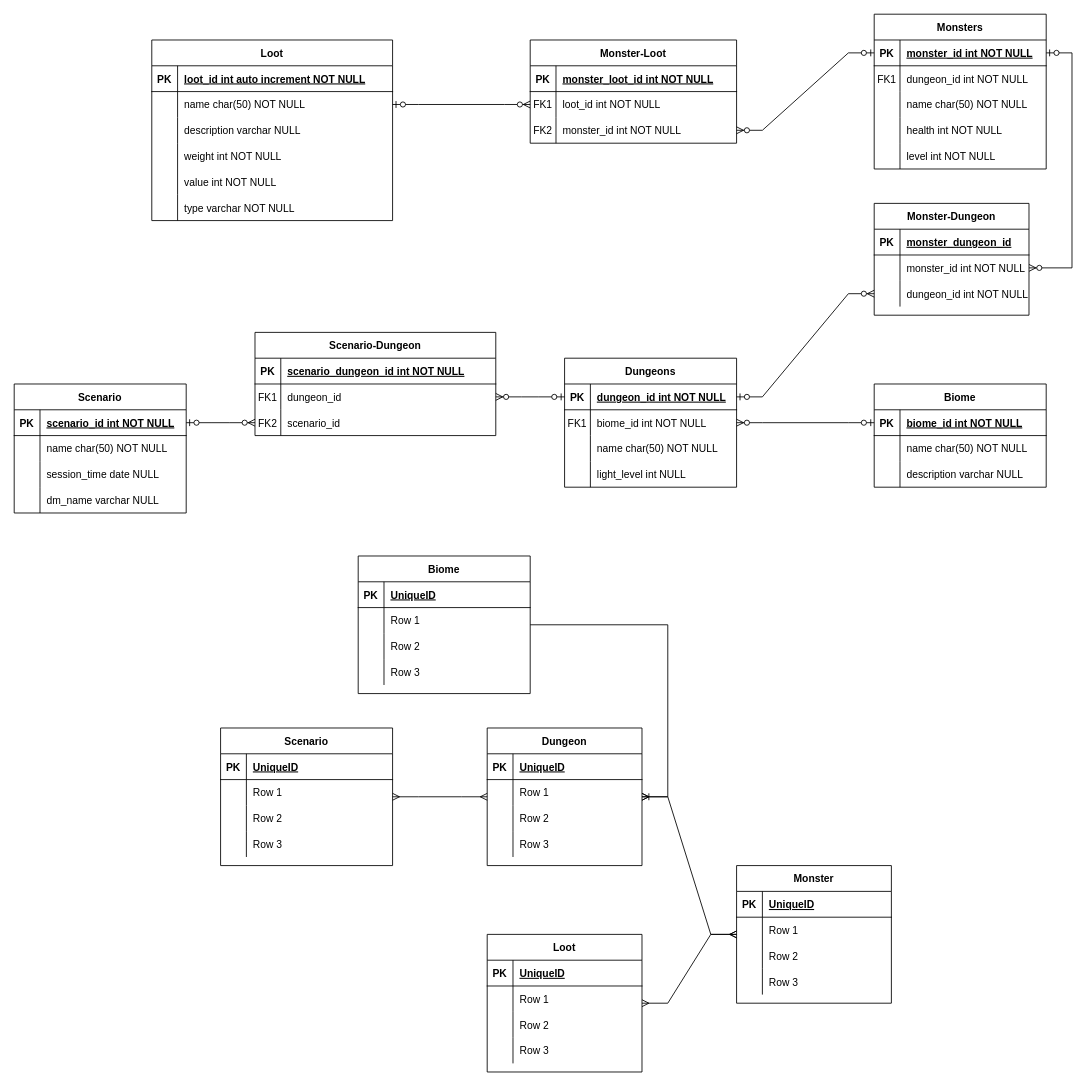
hobstowler/Dungeon-Master-Planner keeps this draw.io diagram as Untitled Diagram.drawio. Above is the earlier version. Source tidied: cells renumbered, new cells numbered last; positions are measured from the earlier drawing's top-left corner, leaving out a move shared by most shapes. Both pictures are drawn from the tidied source at 86%, with x=0, y=0 at pixel (14, 14).
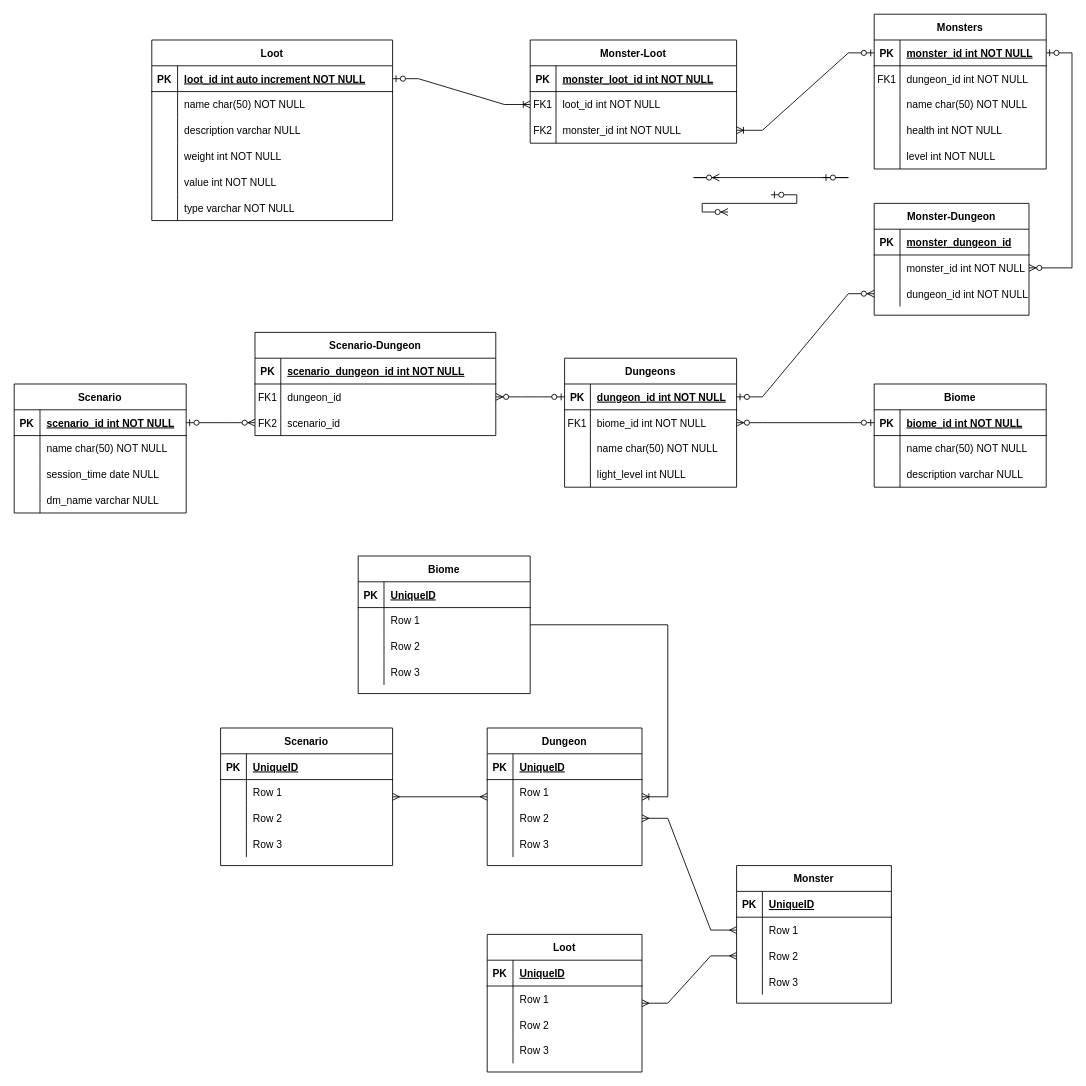
After the change.

The change refers to these unchanged cells:
```xml
<mxCell id="16" style="shape=partialRectangle;fillColor=none;points=[[0,0.5],[1,0.5]];portConstraint=eastwest;top=0;left=0;right=0;bottom=1;" parent="15" vertex="1">
  <mxGeometry y="30" width="200" height="30" as="geometry" />
</mxCell>
<mxCell id="45" style="shape=partialRectangle;fillColor=none;points=[[0,0.5],[1,0.5]];portConstraint=eastwest;top=0;left=0;right=0;bottom=1;" parent="44" vertex="1">
  <mxGeometry y="30" width="280" height="30" as="geometry" />
</mxCell>
<mxCell id="48" style="shape=partialRectangle;fillColor=none;points=[[0,0.5],[1,0.5]];portConstraint=eastwest;top=0;left=0;right=0;bottom=0;" parent="44" vertex="1">
  <mxGeometry y="60" width="280" height="30" as="geometry" />
</mxCell>
<mxCell id="77" style="shape=tableRow;horizontal=0;startSize=0;swimlaneHead=0;swimlaneBody=0;fillColor=none;points=[[0,0.5],[1,0.5]];portConstraint=eastwest;top=0;left=0;right=0;bottom=0;" parent="73" vertex="1">
  <mxGeometry y="60" width="240" height="30" as="geometry" />
</mxCell>
<mxCell id="80" style="shape=tableRow;horizontal=0;startSize=0;swimlaneHead=0;swimlaneBody=0;fillColor=none;points=[[0,0.5],[1,0.5]];portConstraint=eastwest;top=0;left=0;right=0;bottom=0;" parent="73" vertex="1">
  <mxGeometry y="90" width="240" height="30" as="geometry" />
</mxCell>
<mxCell id="123" value="Dungeon" style="shape=table;startSize=30;childLayout=tableLayout;rowLines=0;fontStyle=1;align=center;" parent="1" vertex="1">
  <mxGeometry x="550" y="830" width="180" height="160" as="geometry" />
</mxCell>
<mxCell id="130" style="shape=tableRow;horizontal=0;startSize=0;swimlaneHead=0;swimlaneBody=0;fillColor=none;points=[[0,0.5],[1,0.5]];portConstraint=eastwest;top=0;left=0;right=0;bottom=0;" parent="123" vertex="1">
  <mxGeometry y="90" width="180" height="30" as="geometry" />
</mxCell>
<mxCell id="149" value="Monster" style="shape=table;startSize=30;childLayout=tableLayout;rowLines=0;fontStyle=1;align=center;" parent="1" vertex="1">
  <mxGeometry x="840" y="990" width="180" height="160" as="geometry" />
</mxCell>
<mxCell id="153" style="shape=tableRow;horizontal=0;startSize=0;swimlaneHead=0;swimlaneBody=0;fillColor=none;points=[[0,0.5],[1,0.5]];portConstraint=eastwest;top=0;left=0;right=0;bottom=0;" parent="149" vertex="1">
  <mxGeometry y="60" width="180" height="30" as="geometry" />
</mxCell>
<mxCell id="156" style="shape=tableRow;horizontal=0;startSize=0;swimlaneHead=0;swimlaneBody=0;fillColor=none;points=[[0,0.5],[1,0.5]];portConstraint=eastwest;top=0;left=0;right=0;bottom=0;" parent="149" vertex="1">
  <mxGeometry y="90" width="180" height="30" as="geometry" />
</mxCell>
<mxCell id="162" value="Loot" style="shape=table;startSize=30;childLayout=tableLayout;rowLines=0;fontStyle=1;align=center;" parent="1" vertex="1">
  <mxGeometry x="550" y="1070" width="180" height="160" as="geometry" />
</mxCell>
```

Diff of the diagram source:
```diff
@@
-    <mxCell id="83" style="edgeStyle=entityRelationEdgeStyle;fontSize=12;html=1;endArrow=ERzeroToMany;startArrow=ERzeroToOne;rounded=0;" parent="1" edge="1" source="48" target="77">
-      <mxGeometry relative="1" as="geometry" />
+    <mxCell id="83" style="edgeStyle=entityRelationEdgeStyle;fontSize=12;html=1;endArrow=ERzeroToMany;startArrow=ERzeroToOne;rounded=0;" parent="1" edge="1">
+      <mxGeometry relative="1" as="geometry">
+        <mxPoint x="940" y="190" as="sourcePoint" />
+        <mxPoint x="820" y="190" as="targetPoint" />
+      </mxGeometry>
     </mxCell>
-    <mxCell id="84" style="edgeStyle=entityRelationEdgeStyle;fontSize=12;html=1;endArrow=ERzeroToMany;startArrow=ERzeroToOne;rounded=0;" parent="1" edge="1" source="16" target="80">
-      <mxGeometry relative="1" as="geometry" />
+    <mxCell id="84" style="edgeStyle=entityRelationEdgeStyle;fontSize=12;html=1;endArrow=ERzeroToMany;startArrow=ERzeroToOne;rounded=0;" parent="1" edge="1">
+      <mxGeometry relative="1" as="geometry">
+        <mxPoint x="880" y="210" as="sourcePoint" />
+        <mxPoint x="830" y="230" as="targetPoint" />
+      </mxGeometry>
     </mxCell>
@@
-    <mxCell id="175" style="edgeStyle=entityRelationEdgeStyle;fontSize=12;html=1;endArrow=ERmany;startArrow=ERmany;rounded=0;" parent="1" edge="1" source="162" target="149">
+    <mxCell id="175" style="edgeStyle=entityRelationEdgeStyle;fontSize=12;html=1;endArrow=ERmany;startArrow=ERmany;rounded=0;entryX=0;entryY=0.5;entryDx=0;entryDy=0;" parent="1" edge="1" source="162" target="156">
       <mxGeometry relative="1" as="geometry" />
     </mxCell>
@@
-    <mxCell id="177" style="edgeStyle=entityRelationEdgeStyle;fontSize=12;html=1;endArrow=ERmany;startArrow=ERmany;rounded=0;" parent="1" edge="1" source="149" target="123">
+    <mxCell id="177" style="edgeStyle=entityRelationEdgeStyle;fontSize=12;html=1;endArrow=ERmany;startArrow=ERmany;rounded=0;exitX=0;exitY=0.5;exitDx=0;exitDy=0;" parent="1" edge="1" source="153" target="130">
       <mxGeometry relative="1" as="geometry" />
     </mxCell>
@@
+    <mxCell id="179" style="edgeStyle=entityRelationEdgeStyle;fontSize=12;html=1;endArrow=ERoneToMany;startArrow=ERzeroToOne;rounded=0;" parent="1" edge="1" source="45" target="77">
+      <mxGeometry relative="1" as="geometry" />
+    </mxCell>
+    <mxCell id="180" style="edgeStyle=entityRelationEdgeStyle;fontSize=12;html=1;endArrow=ERoneToMany;startArrow=ERzeroToOne;rounded=0;" parent="1" edge="1" source="16" target="80">
+      <mxGeometry relative="1" as="geometry" />
+    </mxCell>
```
